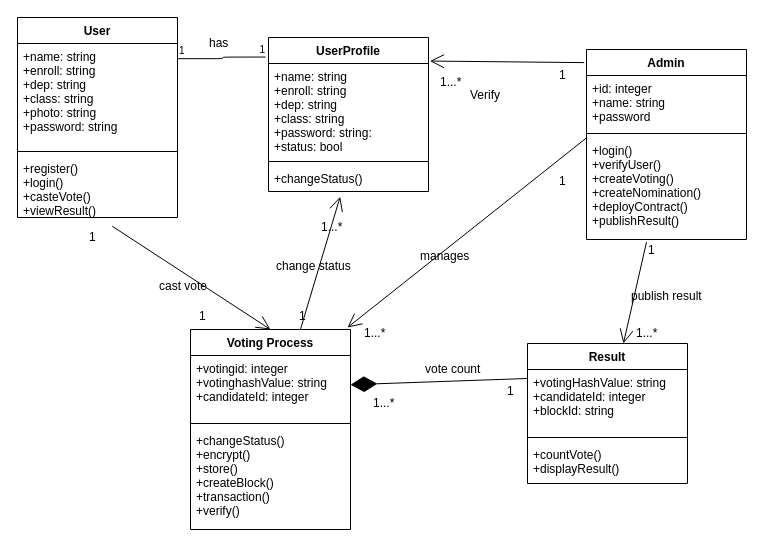
Earlier version of the draw.io diagram ClassDiagram.drawio (matic14/BLockVote-UML-Diagram). Source tidied: cells renumbered, new cells numbered last; positions are measured from the earlier drawing's top-left corner, leaving out a move shared by most shapes. Both pictures are drawn from the tidied source at 100%, with x=0, y=0 at pixel (17, 17).
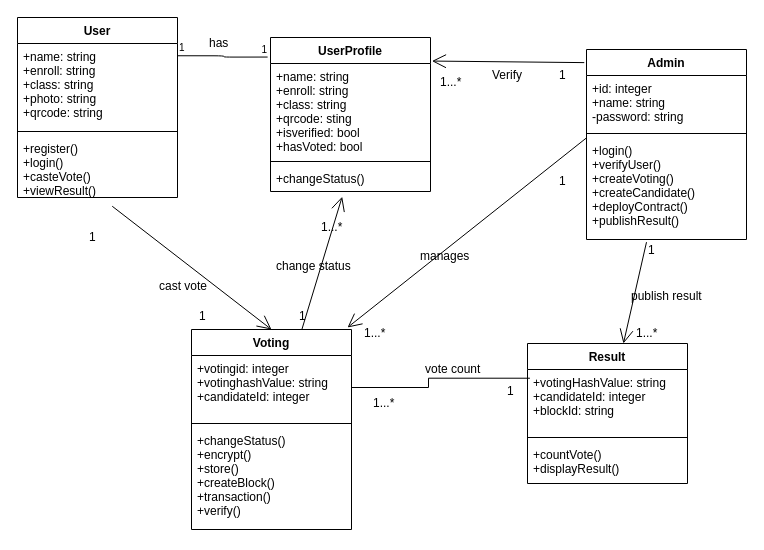
The same page after the edit.

The change refers to these unchanged cells:
```xml
<mxCell id="6" value="Admin" style="swimlane;fontStyle=1;align=center;verticalAlign=top;horizontal=1;startSize=26;" parent="1" vertex="1">
  <mxGeometry x="569" y="32" width="160" height="190" as="geometry" />
</mxCell>
<mxCell id="10" value="Result" style="swimlane;fontStyle=1;align=center;verticalAlign=top;horizontal=1;startSize=26;" parent="1" vertex="1">
  <mxGeometry x="510" y="326" width="160" height="140" as="geometry" />
</mxCell>
<mxCell id="15" value="+votingid: integer&#10;+votinghashValue: string&#10;+candidateId: integer" style="text;strokeColor=none;fillColor=none;align=left;verticalAlign=top;spacingLeft=4;spacingRight=4;overflow=hidden;points=[[0,0.5],[1,0.5]];portConstraint=eastwest;" parent="14" vertex="1">
  <mxGeometry y="26" width="160" height="64" as="geometry" />
</mxCell>
<mxCell id="46" value="1" style="text;html=1;points=[];align=left;verticalAlign=top;spacingTop=-4;" parent="1" vertex="1">
  <mxGeometry x="488" y="364" width="20" height="20" as="geometry" />
</mxCell>
```

What changed in the source:
```diff
@@
     <mxCell id="2" value="User" style="swimlane;fontStyle=1;align=center;verticalAlign=top;horizontal=1;startSize=26;" parent="1" vertex="1">
-      <mxGeometry width="160" height="200" as="geometry" />
+      <mxGeometry width="160" height="180" as="geometry" />
     </mxCell>
-    <mxCell id="3" value="+name: string&#10;+enroll: string&#10;+dep: string&#10;+class: string&#10;+photo: string&#10;+password: string" style="text;strokeColor=none;fillColor=none;align=left;verticalAlign=top;spacingLeft=4;spacingRight=4;overflow=hidden;points=[[0,0.5],[1,0.5]];portConstraint=eastwest;" parent="2" vertex="1">
-      <mxGeometry y="26" width="160" height="104" as="geometry" />
+    <mxCell id="3" value="+name: string&#10;+enroll: string&#10;+class: string&#10;+photo: string&#10;+qrcode: string" style="text;strokeColor=none;fillColor=none;align=left;verticalAlign=top;spacingLeft=4;spacingRight=4;overflow=hidden;points=[[0,0.5],[1,0.5]];portConstraint=eastwest;" parent="2" vertex="1">
+      <mxGeometry y="26" width="160" height="84" as="geometry" />
     </mxCell>
     <mxCell id="4" style="line;strokeWidth=1;fillColor=none;align=left;verticalAlign=middle;spacingTop=-1;spacingLeft=3;spacingRight=3;labelPosition=right;" parent="2" vertex="1">
-      <mxGeometry y="130" width="160" height="8" as="geometry" />
+      <mxGeometry y="110" width="160" height="8" as="geometry" />
     </mxCell>
     <mxCell id="5" value="+register()&#10;+login()&#10;+casteVote()&#10;+viewResult()" style="text;strokeColor=none;fillColor=none;align=left;verticalAlign=top;spacingLeft=4;spacingRight=4;overflow=hidden;points=[[0,0.5],[1,0.5]];portConstraint=eastwest;" parent="2" vertex="1">
-      <mxGeometry y="138" width="160" height="62" as="geometry" />
+      <mxGeometry y="118" width="160" height="62" as="geometry" />
     </mxCell>
@@
-    <mxCell id="7" value="+id: integer&#10;+name: string&#10;+password" style="text;strokeColor=none;fillColor=none;align=left;verticalAlign=top;spacingLeft=4;spacingRight=4;overflow=hidden;" parent="6" vertex="1">
+    <mxCell id="7" value="+id: integer&#10;+name: string&#10;-password: string" style="text;strokeColor=none;fillColor=none;align=left;verticalAlign=top;spacingLeft=4;spacingRight=4;overflow=hidden;" parent="6" vertex="1">
       <mxGeometry y="26" width="160" height="54" as="geometry" />
     </mxCell>
@@
-    <mxCell id="9" value="+login()&#10;+verifyUser()&#10;+createVoting()&#10;+createNomination()&#10;+deployContract()&#10;+publishResult()" style="text;strokeColor=none;fillColor=none;align=left;verticalAlign=top;spacingLeft=4;spacingRight=4;overflow=hidden;points=[[0,0.5],[1,0.5]];portConstraint=eastwest;" parent="6" vertex="1">
+    <mxCell id="9" value="+login()&#10;+verifyUser()&#10;+createVoting()&#10;+createCandidate()&#10;+deployContract()&#10;+publishResult()" style="text;strokeColor=none;fillColor=none;align=left;verticalAlign=top;spacingLeft=4;spacingRight=4;overflow=hidden;points=[[0,0.5],[1,0.5]];portConstraint=eastwest;" parent="6" vertex="1">
       <mxGeometry y="88" width="160" height="102" as="geometry" />
     </mxCell>
@@
-    <mxCell id="14" value="Voting Process" style="swimlane;fontStyle=1;align=center;verticalAlign=top;horizontal=1;startSize=26;" parent="1" vertex="1">
-      <mxGeometry x="173" y="312" width="160" height="200" as="geometry" />
+    <mxCell id="14" value="Voting" style="swimlane;fontStyle=1;align=center;verticalAlign=top;horizontal=1;startSize=26;" parent="1" vertex="1">
+      <mxGeometry x="174" y="312" width="160" height="200" as="geometry" />
     </mxCell>
@@
-    <mxCell id="18" style="endArrow=diamondThin;endFill=1;endSize=24;html=1;exitX=0;exitY=0.25;exitDx=0;exitDy=0;" parent="1" edge="1" source="10" target="15">
-      <mxGeometry relative="1" as="geometry" />
-    </mxCell>
     <mxCell id="19" value="UserProfile" style="swimlane;fontStyle=1;align=center;verticalAlign=top;horizontal=1;startSize=26;" parent="1" vertex="1">
-      <mxGeometry x="251" y="20" width="160" height="154" as="geometry" />
+      <mxGeometry x="253" y="20" width="160" height="154" as="geometry" />
     </mxCell>
-    <mxCell id="20" value="+name: string&#10;+enroll: string&#10;+dep: string&#10;+class: string&#10;+password: string:&#10;+status: bool" style="text;strokeColor=none;fillColor=none;align=left;verticalAlign=top;spacingLeft=4;spacingRight=4;overflow=hidden;points=[[0,0.5],[1,0.5]];portConstraint=eastwest;" parent="19" vertex="1">
+    <mxCell id="20" value="+name: string&#10;+enroll: string&#10;+class: string&#10;+qrcode: sting&#10;+isverified: bool&#10;+hasVoted: bool" style="text;strokeColor=none;fillColor=none;align=left;verticalAlign=top;spacingLeft=4;spacingRight=4;overflow=hidden;points=[[0,0.5],[1,0.5]];portConstraint=eastwest;" parent="19" vertex="1">
       <mxGeometry y="26" width="160" height="94" as="geometry" />
     </mxCell>
@@
     <mxCell id="24" value="Verify" style="text;html=1;align=left;verticalAlign=top;spacingTop=-4;" parent="1" vertex="1">
-      <mxGeometry x="451" y="68" width="50" height="20" as="geometry" />
+      <mxGeometry x="473" y="48" width="50" height="20" as="geometry" />
     </mxCell>
@@
+    <mxCell id="50" style="edgeStyle=orthogonalEdgeStyle;rounded=0;jettySize=auto;html=1;exitX=1;exitY=0.5;exitDx=0;exitDy=0;entryX=1.221;entryY=-0.164;entryDx=0;entryDy=0;entryPerimeter=0;endArrow=none;endFill=0;" parent="1" edge="1" source="15" target="46">
+      <mxGeometry relative="1" as="geometry" />
+    </mxCell>
```
